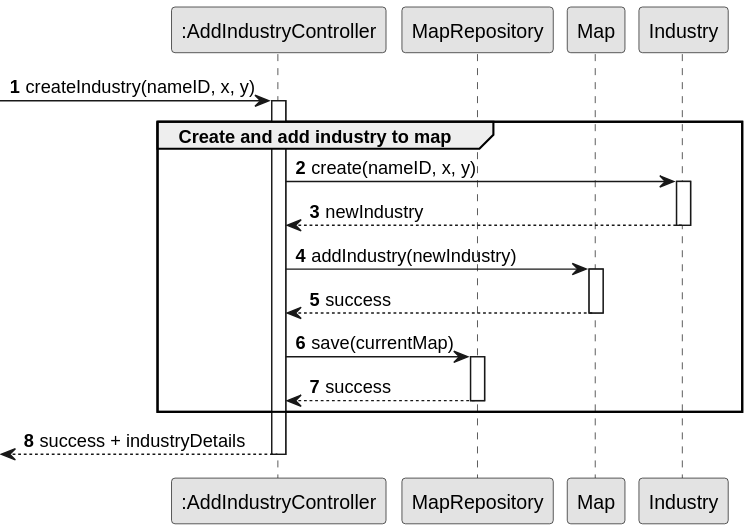
Above: docs/system-documentation/Sprint 2/US02/03.design/svg/US02-SD-add-industry.svg in HenriqueSilva18/Railway-Network-Simulator (PlantUML), before the change.
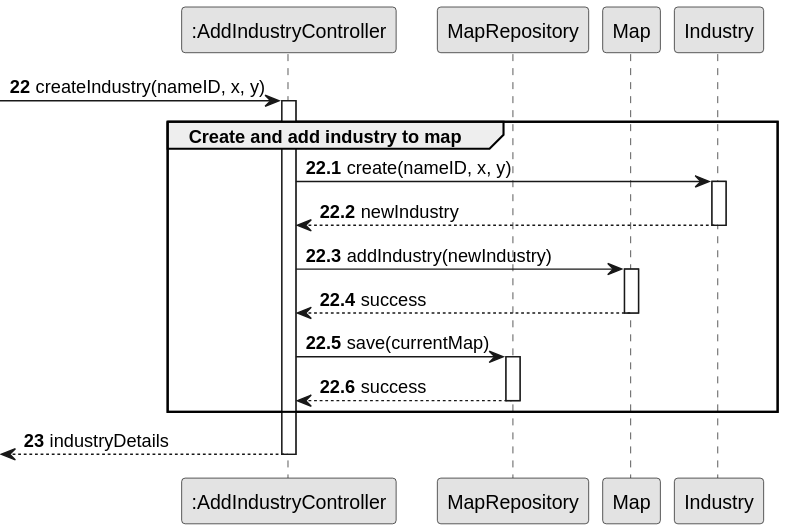
After the change.

The edit, as a diff of the source:
```diff
@@ -3,7 +3,7 @@
 skinparam packageStyle rectangle
 skinparam shadowing false
 
-autonumber
+autonumber 22
 
 participant ":AddIndustryController" as CTRL
 participant "MapRepository" as REPOS_MAP
@@ -13,6 +13,8 @@
     -> CTRL: createIndustry(nameID, x, y)
     activate CTRL
     group Create and add industry to map
+
+    autonumber 22.1
 
     CTRL -> IND: create(nameID, x, y)
         activate IND
@@ -29,7 +31,8 @@
             REPOS_MAP --> CTRL: success
         deactivate REPOS_MAP
         end
-       <-- CTRL: success + industryDetails
+        autonumber 23
+       <-- CTRL: industryDetails
 
     deactivate CTRL
 @enduml
```
